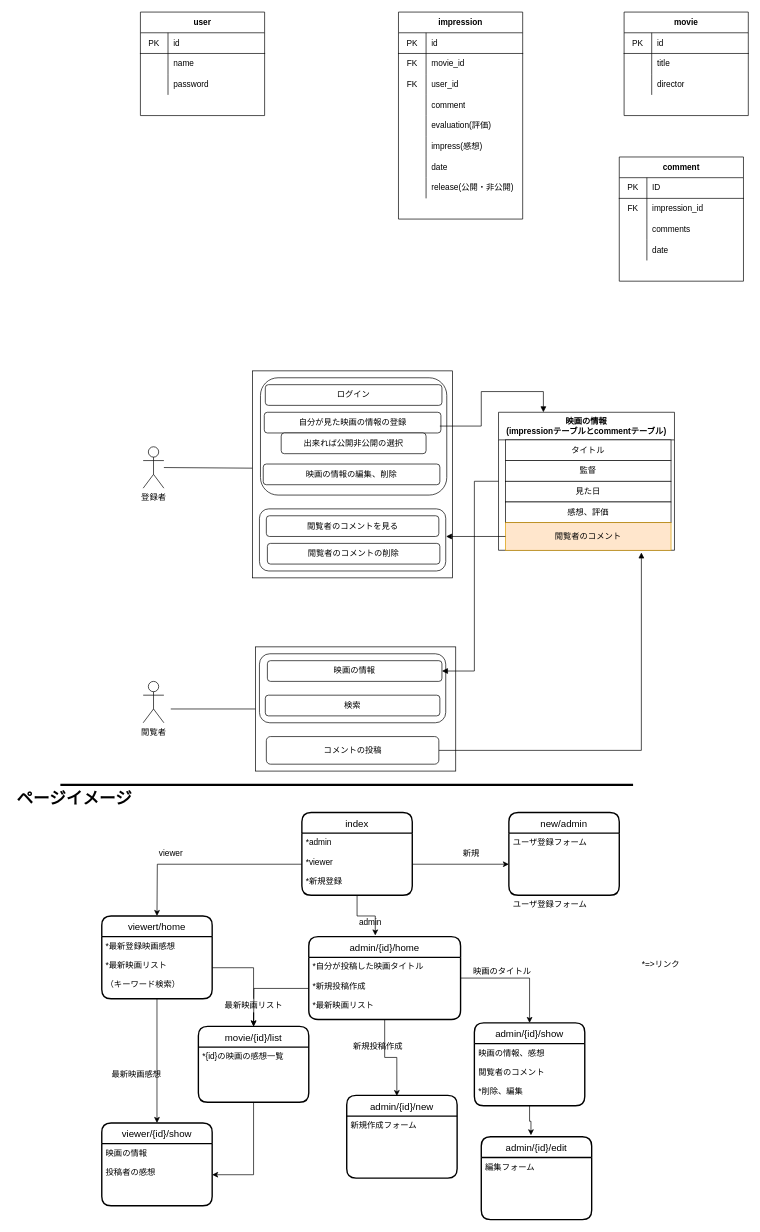
This is springboot課題usecase.drawio from ra05161112/springboot-movie, a draw.io file, before an edit. Source tidied: cells renumbered, new cells numbered last; positions are measured from the earlier drawing's top-left corner, leaving out a move shared by most shapes. Both pictures are drawn from the tidied source at 69%, with x=0, y=0 at pixel (12, 12).
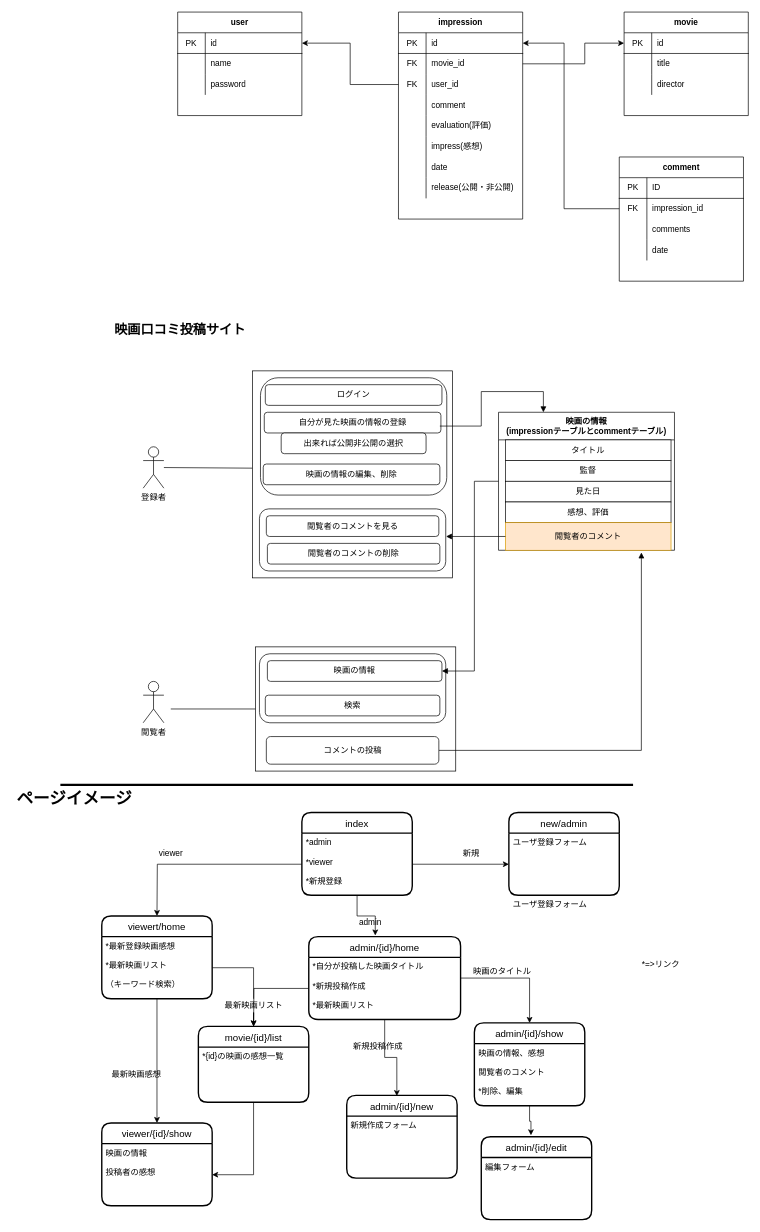
Above is the later version.

Unchanged cells that the change refers to:
```xml
<mxCell id="73" style="shape=partialRectangle;html=1;whiteSpace=wrap;fillColor=none;top=0;left=0;bottom=1;right=0;points=[[0,0.5],[1,0.5]];portConstraint=eastwest;" parent="72" vertex="1">
  <mxGeometry y="30" width="180" height="30" as="geometry" />
</mxCell>
<mxCell id="83" style="shape=partialRectangle;html=1;whiteSpace=wrap;fillColor=none;top=0;left=0;bottom=1;right=0;points=[[0,0.5],[1,0.5]];portConstraint=eastwest;" parent="82" vertex="1">
  <mxGeometry y="30" width="180" height="30" as="geometry" />
</mxCell>
<mxCell id="86" style="shape=partialRectangle;html=1;whiteSpace=wrap;fillColor=none;top=0;left=0;bottom=0;right=0;points=[[0,0.5],[1,0.5]];portConstraint=eastwest;" parent="82" vertex="1">
  <mxGeometry y="60" width="180" height="30" as="geometry" />
</mxCell>
<mxCell id="89" style="shape=partialRectangle;html=1;whiteSpace=wrap;fillColor=none;top=0;left=0;bottom=0;right=0;points=[[0,0.5],[1,0.5]];portConstraint=eastwest;" parent="82" vertex="1">
  <mxGeometry y="90" width="180" height="30" as="geometry" />
</mxCell>
<mxCell id="108" style="shape=partialRectangle;html=1;whiteSpace=wrap;fillColor=none;top=0;left=0;bottom=1;right=0;points=[[0,0.5],[1,0.5]];portConstraint=eastwest;" parent="107" vertex="1">
  <mxGeometry y="30" width="180" height="30" as="geometry" />
</mxCell>
<mxCell id="121" style="shape=partialRectangle;html=1;whiteSpace=wrap;fillColor=none;top=0;left=0;bottom=0;right=0;points=[[0,0.5],[1,0.5]];portConstraint=eastwest;" parent="117" vertex="1">
  <mxGeometry y="60" width="180" height="30" as="geometry" />
</mxCell>
```

The edit, as a diff of the source:
```diff
@@
     <mxCell id="72" value="user" style="shape=table;html=1;whiteSpace=wrap;startSize=30;childLayout=tableLayout;rowLines=0;fontStyle=1;align=center;" parent="1" vertex="1">
-      <mxGeometry x="186" width="180" height="150" as="geometry" />
+      <mxGeometry x="240" width="180" height="150" as="geometry" />
     </mxCell>
@@
+    <mxCell id="130" style="edgeStyle=orthogonalEdgeStyle;rounded=0;jettySize=auto;html=1;" parent="1" edge="1" source="121" target="83">
+      <mxGeometry relative="1" as="geometry">
+        <Array as="points">
+          <mxPoint x="800" y="285" />
+          <mxPoint x="800" y="45" />
+        </Array>
+      </mxGeometry>
+    </mxCell>
+    <mxCell id="131" style="edgeStyle=orthogonalEdgeStyle;rounded=0;jettySize=auto;html=1;exitX=0;exitY=0.5;exitDx=0;exitDy=0;entryX=1;entryY=0.5;entryDx=0;entryDy=0;" parent="1" edge="1" source="89" target="73">
+      <mxGeometry relative="1" as="geometry" />
+    </mxCell>
+    <mxCell id="132" style="edgeStyle=orthogonalEdgeStyle;rounded=0;jettySize=auto;html=1;exitX=1;exitY=0.5;exitDx=0;exitDy=0;entryX=0;entryY=0.5;entryDx=0;entryDy=0;" parent="1" edge="1" source="86" target="108">
+      <mxGeometry relative="1" as="geometry">
+        <Array as="points">
+          <mxPoint x="830" y="75" />
+          <mxPoint x="830" y="45" />
+        </Array>
+      </mxGeometry>
+    </mxCell>
+    <mxCell id="133" value="映画口コミ投稿サイト" style="text;html=1;align=center;verticalAlign=middle;strokeColor=none;strokeWidth=3;fontSize=19;fontStyle=1;" parent="1" vertex="1">
+      <mxGeometry x="132" y="444" width="221" height="34" as="geometry" />
+    </mxCell>
```
